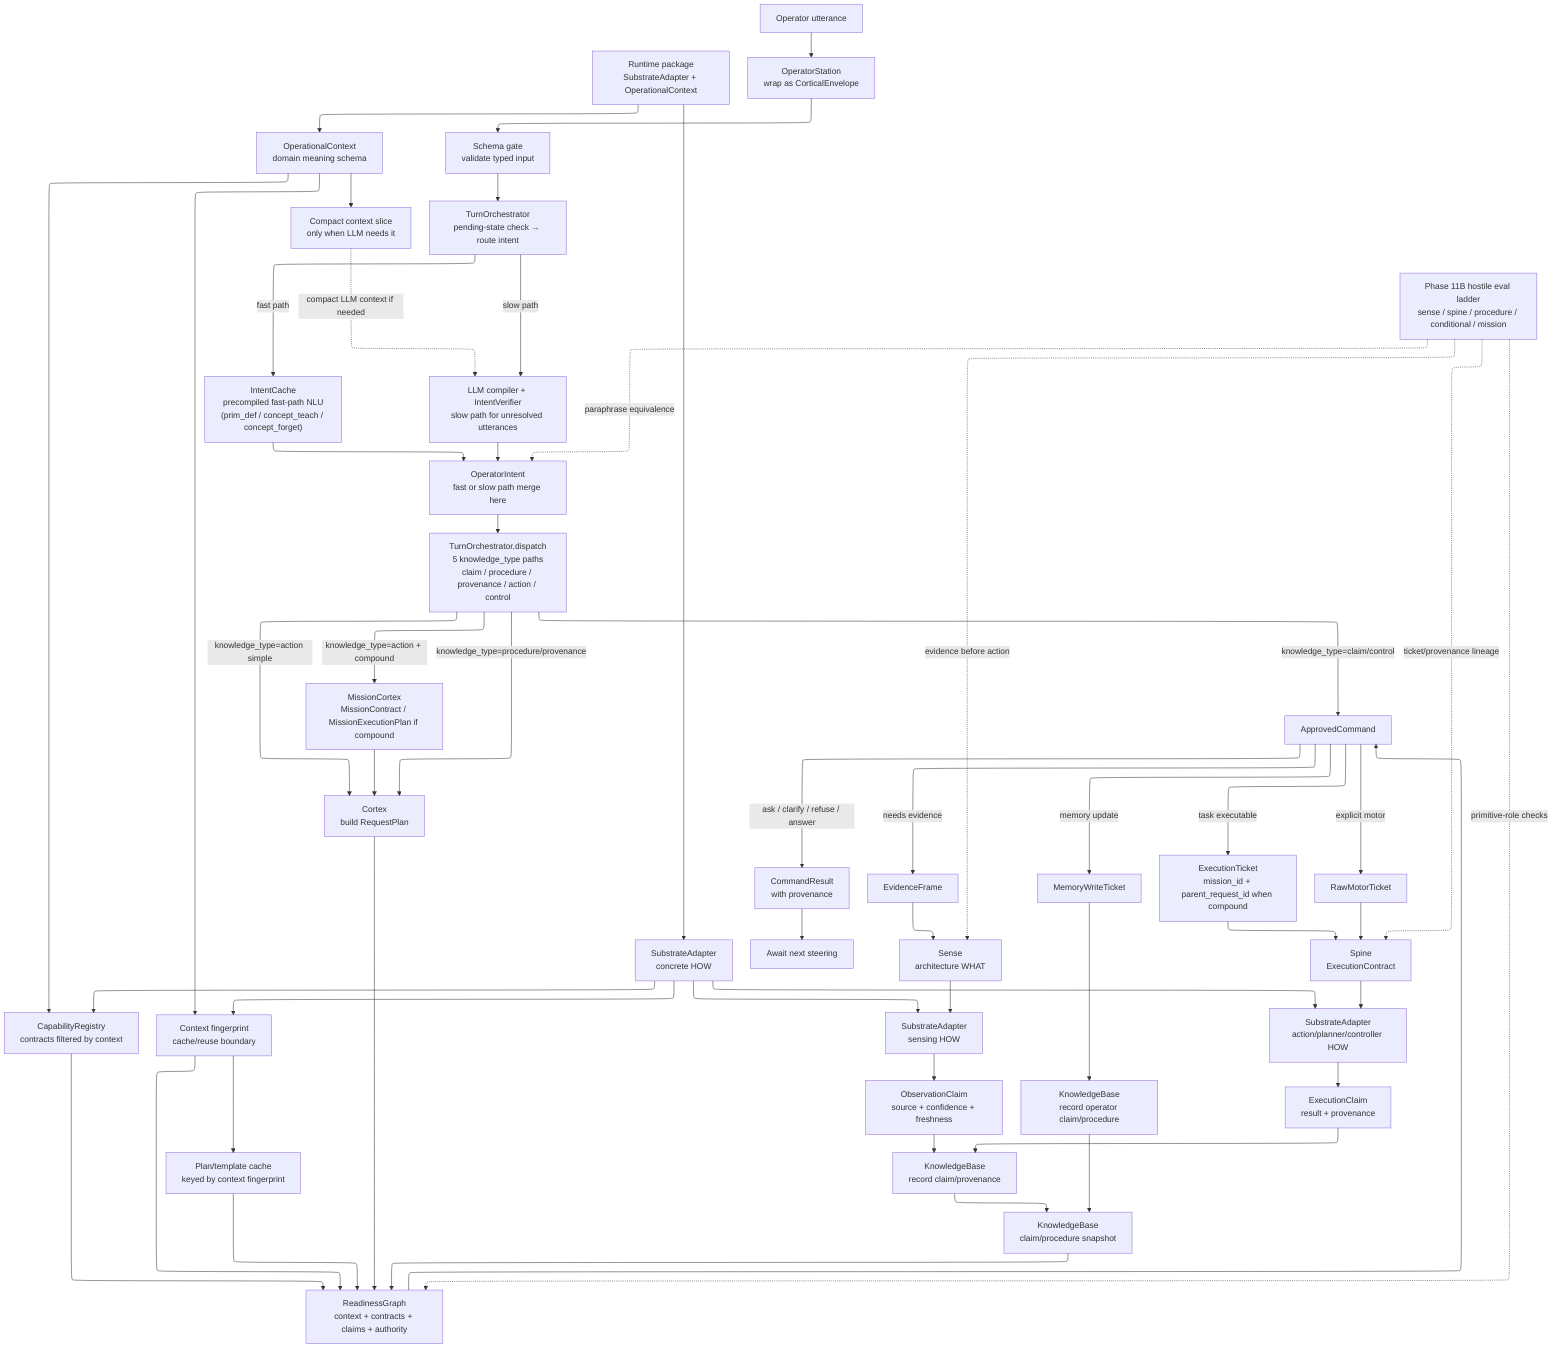
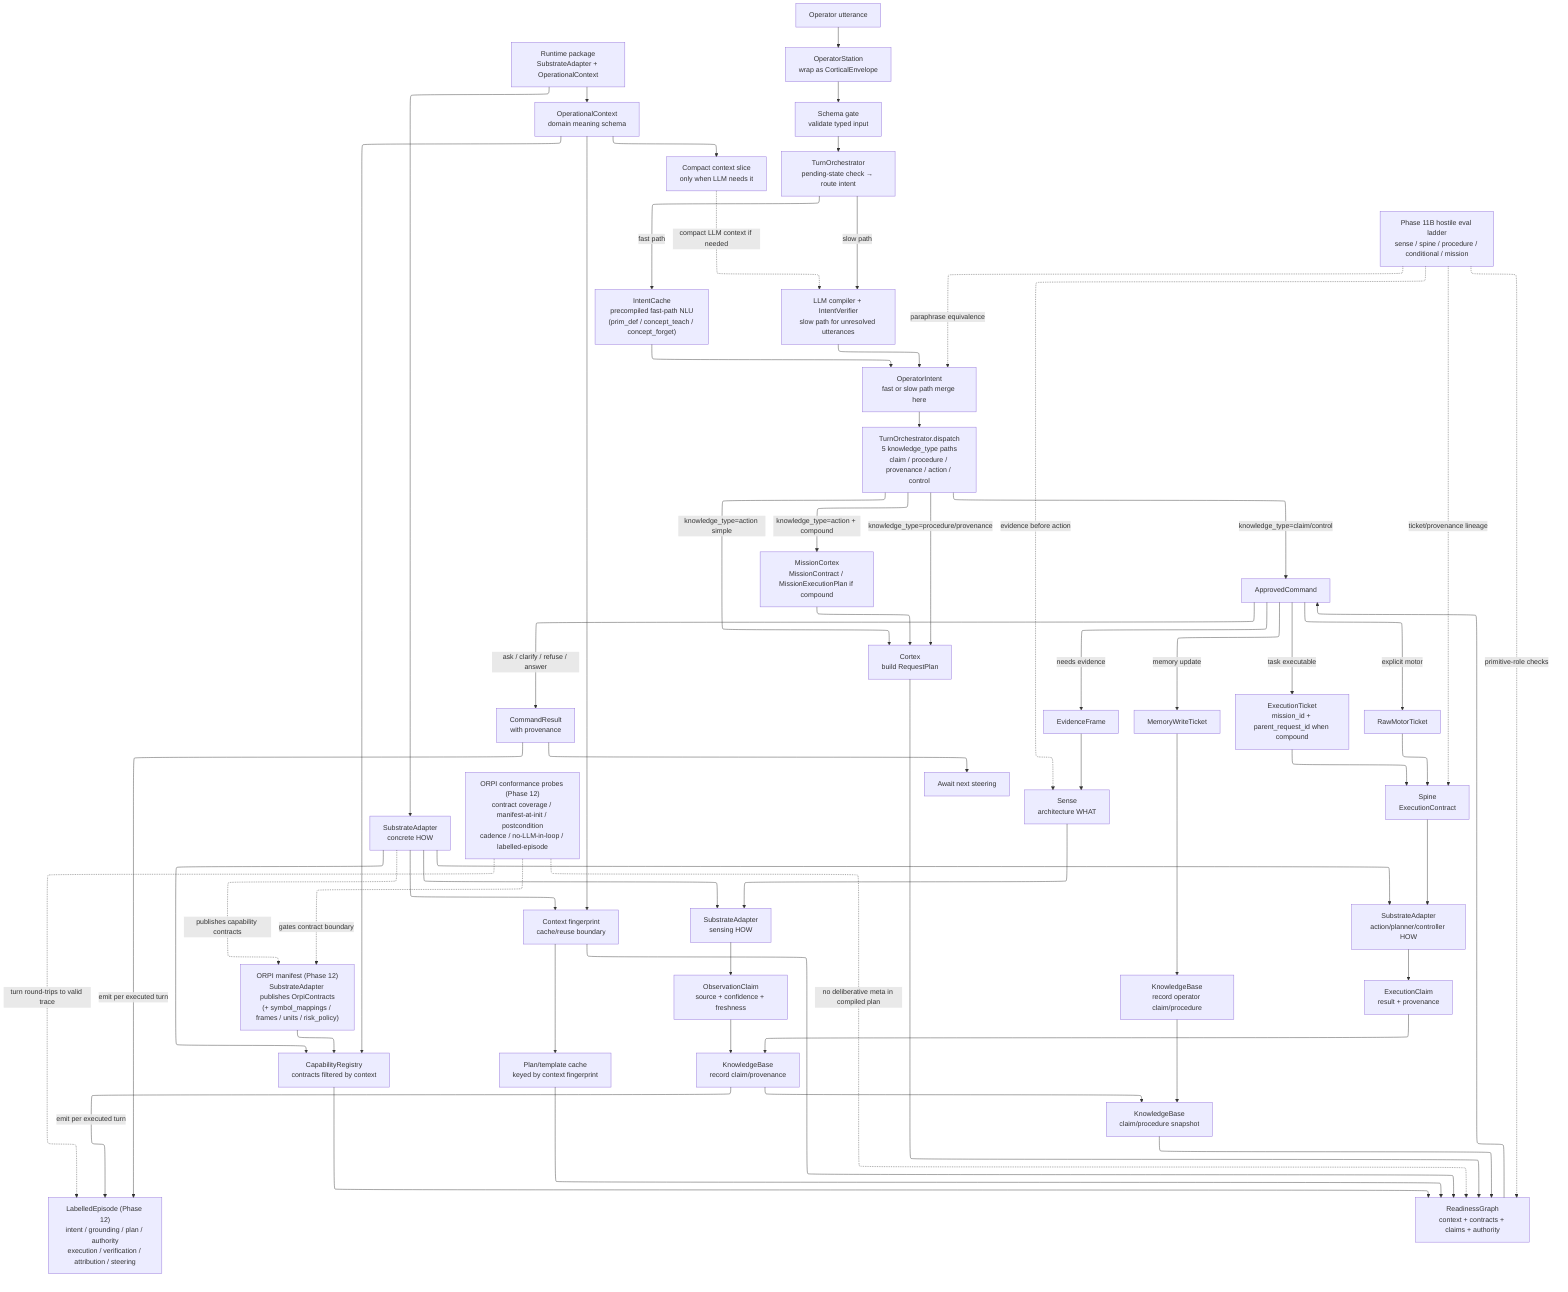
---
config:
  layout: elk
---
flowchart TD

  Runtime["Runtime package<br>SubstrateAdapter + OperationalContext"]
  Context["OperationalContext<br>domain meaning schema"]
  Substrate["SubstrateAdapter<br>concrete HOW"]
  Registry["CapabilityRegistry<br>contracts filtered by context"]
  Fingerprint["Context fingerprint<br>cache/reuse boundary"]
  Cache["Plan/template cache<br>keyed by context fingerprint"]
  Slice["Compact context slice<br>only when LLM needs it"]
  EvalLadder["Phase 11B hostile eval ladder<br>sense / spine / procedure / conditional / mission"]
+   OrpiManifest["ORPI manifest (Phase 12)<br>SubstrateAdapter publishes OrpiContracts<br>(+ symbol_mappings / frames / units / risk_policy)"]
+   Episode["LabelledEpisode (Phase 12)<br>intent / grounding / plan / authority<br>execution / verification / attribution / steering"]
+   OrpiConf["ORPI conformance probes (Phase 12)<br>contract coverage / manifest-at-init / postcondition<br>cadence / no-LLM-in-loop / labelled-episode"]

  Start["Operator utterance"]
  Station["OperatorStation<br>wrap as CorticalEnvelope"]
  SchemaIn["Schema gate<br>validate typed input"]
  Orch["TurnOrchestrator<br>pending-state check → route intent"]
  IntentCache["IntentCache<br>precompiled fast-path NLU<br>(prim_def / concept_teach / concept_forget)"]
  LLM["LLM compiler + IntentVerifier<br>slow path for unresolved utterances"]
  Intent["OperatorIntent<br>fast or slow path merge here"]
  Dispatch["TurnOrchestrator.dispatch<br>5 knowledge_type paths<br>claim / procedure / provenance / action / control"]
  Mission["MissionCortex<br>MissionContract / MissionExecutionPlan if compound"]
  Plan["Cortex<br>build RequestPlan"]
  Snapshot["KnowledgeBase<br>claim/procedure snapshot"]
  Ready["ReadinessGraph<br>context + contracts + claims + authority"]
  Gate["ApprovedCommand"]

  Runtime --> Context
  Runtime --> Substrate
  Context --> Registry
  Substrate --> Registry
  Context --> Fingerprint
  Substrate --> Fingerprint
  Fingerprint --> Cache
  Context --> Slice

  Start --> Station --> SchemaIn --> Orch
  Orch -->|fast path| IntentCache --> Intent
  Orch -->|slow path| LLM --> Intent
  Slice -. "compact LLM context if needed" .-> LLM
  Intent --> Dispatch
  Dispatch -->|knowledge_type=procedure/provenance| Plan
  Dispatch -->|knowledge_type=action + compound| Mission --> Plan
  Dispatch -->|knowledge_type=action simple| Plan
  Dispatch -->|knowledge_type=claim/control| Gate
  Plan --> Ready
  Registry --> Ready
  Fingerprint --> Ready
  Cache --> Ready
  Snapshot --> Ready
  Ready --> Gate

  Gate -->|ask / clarify / refuse / answer| Result["CommandResult<br>with provenance"]
  Result --> End["Await next steering"]

  Gate -->|needs evidence| EvidenceMsg["EvidenceFrame"]
  EvidenceMsg --> Sense["Sense<br>architecture WHAT"]
  Sense --> SenseHow["SubstrateAdapter<br>sensing HOW"]
  Substrate --> SenseHow
  SenseHow --> Observation["ObservationClaim<br>source + confidence + freshness"]
  Observation --> KnowledgeWrite["KnowledgeBase<br>record claim/provenance"]
  KnowledgeWrite --> Snapshot

  Gate -->|memory update| MemoryTicket["MemoryWriteTicket"]
  MemoryTicket --> OperatorClaim["KnowledgeBase<br>record operator claim/procedure"]
  OperatorClaim --> Snapshot

  Gate -->|task executable| ExecTicket["ExecutionTicket<br>mission_id + parent_request_id when compound"]
  ExecTicket --> Spine["Spine<br>ExecutionContract"]
  Spine --> ActionHow["SubstrateAdapter<br>action/planner/controller HOW"]
  Substrate --> ActionHow
  ActionHow --> ExecClaim["ExecutionClaim<br>result + provenance"]
  ExecClaim --> KnowledgeWrite

  Gate -->|explicit motor| MotorTicket["RawMotorTicket"]
  MotorTicket --> Spine

  EvalLadder -. "paraphrase equivalence" .-> Intent
  EvalLadder -. "primitive-role checks" .-> Ready
  EvalLadder -. "evidence before action" .-> Sense
  EvalLadder -. "ticket/provenance lineage" .-> Spine
+ 
+   Substrate -. "publishes capability contracts" .-> OrpiManifest
+   OrpiManifest --> Registry
+   KnowledgeWrite -->|emit per executed turn| Episode
+   Result -->|emit per executed turn| Episode
+   OrpiConf -. "gates contract boundary" .-> OrpiManifest
+   OrpiConf -. "no deliberative meta in compiled plan" .-> Ready
+   OrpiConf -. "turn round-trips to valid trace" .-> Episode
